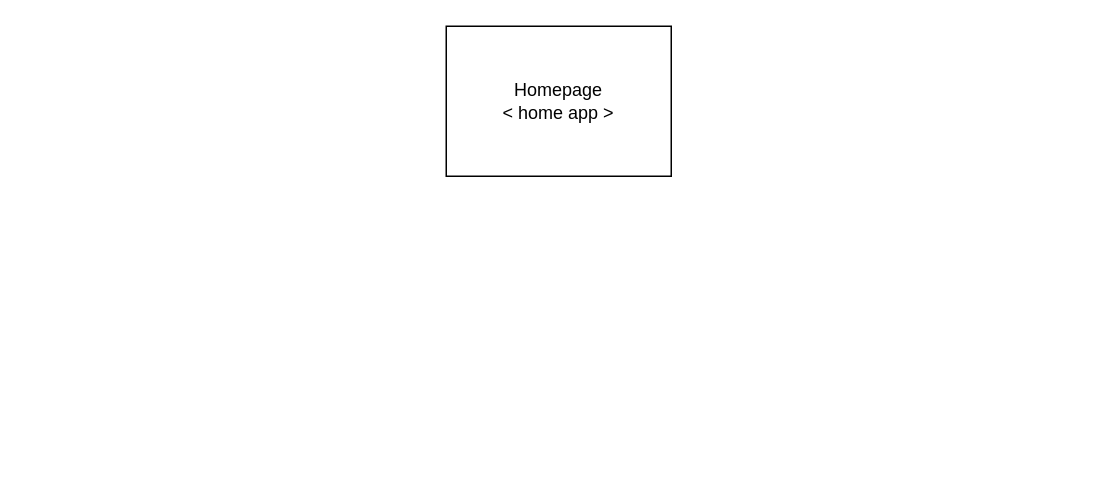
Earlier version of the draw.io diagram documentation/site_layout.drawio (SKYWVRD/portfolio-showcase). Source tidied: cells renumbered, new cells numbered last; positions are measured from the earlier drawing's top-left corner, leaving out a move shared by most shapes. Both pictures are drawn from the tidied source at 150%, with x=0, y=0 at pixel (446, 26).
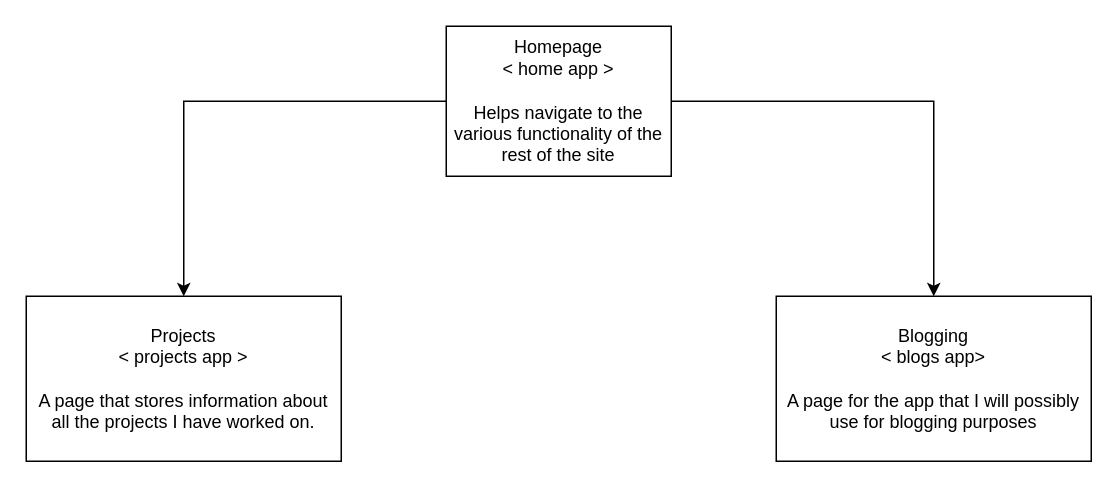
Above is the later version.

The edit, as a diff of the source:
```diff
@@
 <mxGraphModel>
   <root>
     <mxCell id="0" />
     <mxCell id="1" parent="0" />
+    <mxCell id="3" style="edgeStyle=orthogonalEdgeStyle;rounded=0;jettySize=auto;html=1;" parent="1" edge="1" source="2" target="5">
+      <mxGeometry relative="1" as="geometry" />
+    </mxCell>
+    <mxCell id="4" style="edgeStyle=orthogonalEdgeStyle;rounded=0;jettySize=auto;html=1;" parent="1" edge="1" source="2" target="6">
+      <mxGeometry relative="1" as="geometry" />
+    </mxCell>
-    <mxCell id="2" value="Homepage&lt;br&gt;&amp;lt; home app &amp;gt;" style="rounded=0;whiteSpace=wrap;html=1;" parent="1" vertex="1">
+    <mxCell id="2" value="Homepage&lt;br&gt;&amp;lt; home app &amp;gt;&lt;br&gt;&lt;br&gt;Helps navigate to the various functionality of the rest of the site" style="rounded=0;whiteSpace=wrap;html=1;" parent="1" vertex="1">
       <mxGeometry width="150" height="100" as="geometry" />
     </mxCell>
+    <mxCell id="5" value="Projects&lt;br&gt;&amp;lt; projects app &amp;gt;&lt;br&gt;&lt;br&gt;A page that stores information about all the projects I have worked on." style="whiteSpace=wrap;html=1;rounded=0;" parent="1" vertex="1">
+      <mxGeometry x="-280" y="180" width="210" height="110" as="geometry" />
+    </mxCell>
+    <mxCell id="6" value="Blogging&lt;br&gt;&amp;lt; blogs app&amp;gt;&lt;br&gt;&lt;br&gt;A page for the app that I will possibly use for blogging purposes&lt;br&gt;" style="whiteSpace=wrap;html=1;rounded=0;" parent="1" vertex="1">
+      <mxGeometry x="220" y="180" width="210" height="110" as="geometry" />
+    </mxCell>
   </root>
 </mxGraphModel>
```
